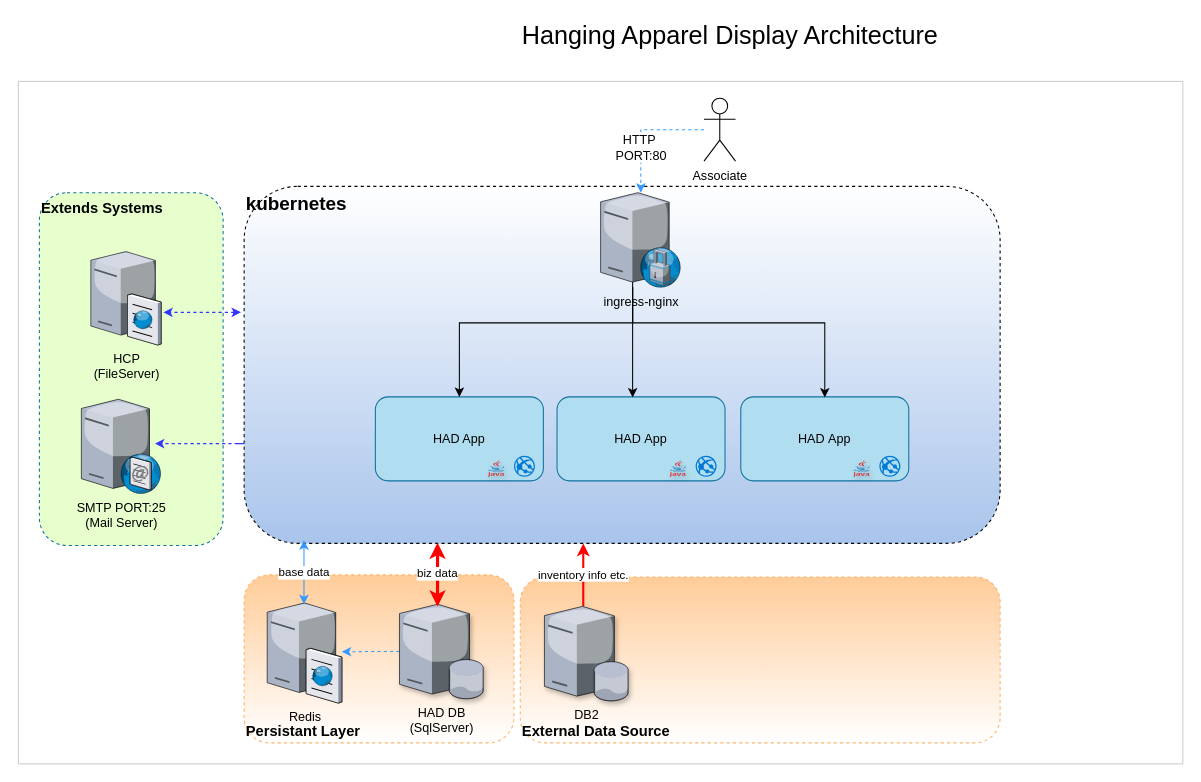
Earlier version of the draw.io diagram promotion.drawio (mao985/mao985Diagram). Source tidied: cells renumbered, new cells numbered last; positions are measured from the earlier drawing's top-left corner, leaving out a move shared by most shapes. Both pictures are drawn from the tidied source at 105%, with x=0, y=0 at pixel (18, 18).
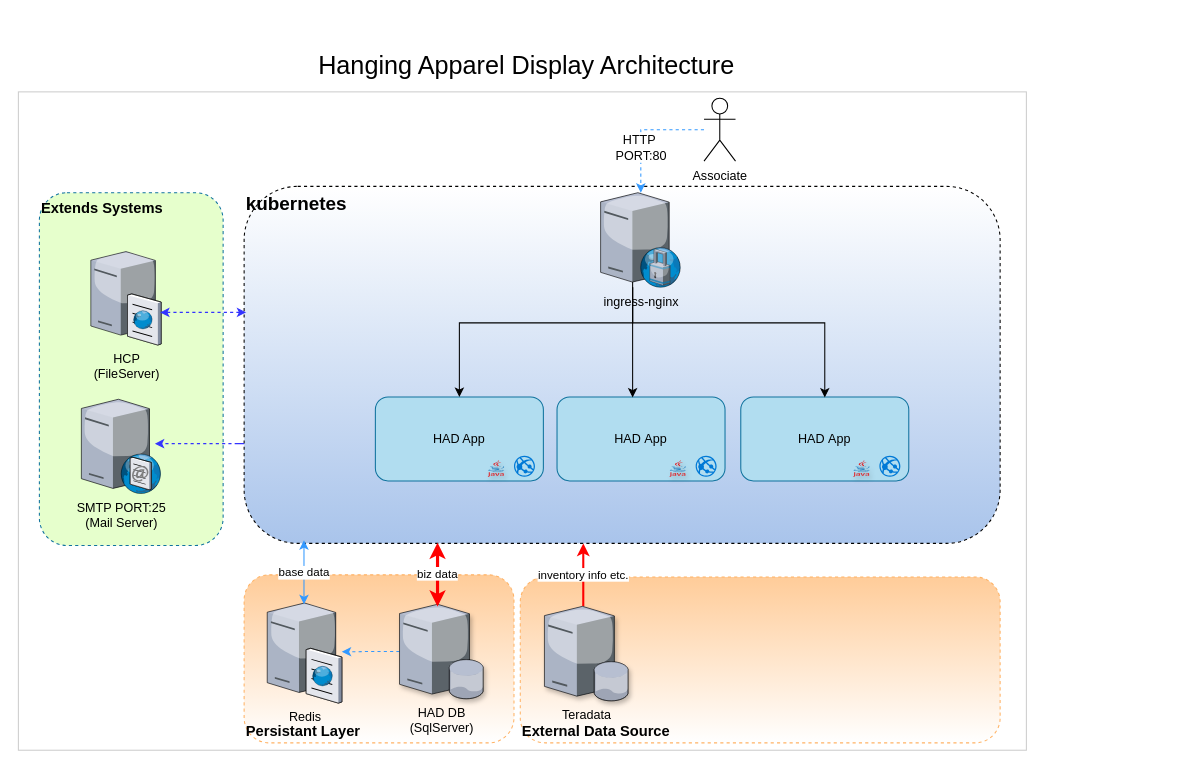
The same diagram, later.

The edit, as a diff of the source:
```diff
@@
     <mxCell id="2" style="rounded=0;whiteSpace=wrap;html=1;shadow=0;fillColor=none;gradientColor=#A9C4EB;fontSize=24;align=left;perimeterSpacing=3;strokeColor=#000000;opacity=20;" parent="1" vertex="1">
-      <mxGeometry y="60" width="1109" height="650" as="geometry" />
+      <mxGeometry y="70" width="960" height="627" as="geometry" />
     </mxCell>
@@
-    <mxCell id="8" value="&lt;div&gt;DB2&lt;/div&gt;&lt;span id=&quot;transmark&quot; style=&quot;display: none ; width: 0px ; height: 0px&quot;&gt;&lt;/span&gt;&lt;span id=&quot;transmark&quot; style=&quot;display: none ; width: 0px ; height: 0px&quot;&gt;&lt;/span&gt;" style="verticalLabelPosition=bottom;html=1;verticalAlign=top;strokeColor=none;align=center;shape=mxgraph.citrix.database_server;fillColor=#FFFFFF;gradientColor=#F3FFF2;shadow=1;" parent="1" vertex="1">
+    <mxCell id="8" value="&lt;div&gt;Teradata&lt;/div&gt;&lt;span id=&quot;transmark&quot; style=&quot;display: none ; width: 0px ; height: 0px&quot;&gt;&lt;/span&gt;&lt;span id=&quot;transmark&quot; style=&quot;display: none ; width: 0px ; height: 0px&quot;&gt;&lt;/span&gt;" style="verticalLabelPosition=bottom;html=1;verticalAlign=top;strokeColor=none;align=center;shape=mxgraph.citrix.database_server;fillColor=#FFFFFF;gradientColor=#F3FFF2;shadow=1;" parent="1" vertex="1">
       <mxGeometry x="501" y="560" width="80" height="90" as="geometry" />
     </mxCell>
@@
     <mxCell id="17" value="Hanging Apparel Display Architecture&lt;span id=&quot;transmark&quot; style=&quot;display: none ; width: 0px ; height: 0px&quot;&gt;&lt;/span&gt;&lt;span id=&quot;transmark&quot; style=&quot;display: none ; width: 0px ; height: 0px&quot;&gt;&lt;/span&gt;&lt;span id=&quot;transmark&quot; style=&quot;display: none ; width: 0px ; height: 0px&quot;&gt;&lt;/span&gt;" style="text;html=1;align=left;verticalAlign=top;spacingTop=-4;fontSize=24;" parent="1" vertex="1">
-      <mxGeometry x="478" width="410" height="30" as="geometry" />
+      <mxGeometry x="284" y="28" width="410" height="30" as="geometry" />
     </mxCell>
@@
     <mxCell id="37" style="edgeStyle=orthogonalEdgeStyle;rounded=0;orthogonalLoop=1;jettySize=auto;html=1;strokeColor=#3333FF;fillColor=#FF3333;dashed=1;startArrow=classic;startFill=1;" parent="1" edge="1">
       <mxGeometry relative="1" as="geometry">
-        <mxPoint x="212" y="280" as="sourcePoint" />
-        <mxPoint x="138" y="280" as="targetPoint" />
+        <mxPoint x="217" y="280" as="sourcePoint" />
+        <mxPoint x="135" y="280" as="targetPoint" />
         <Array as="points">
-          <mxPoint x="192" y="280" />
-          <mxPoint x="192" y="280" />
+          <mxPoint x="189" y="280" />
+          <mxPoint x="189" y="280" />
         </Array>
       </mxGeometry>
     </mxCell>
```
